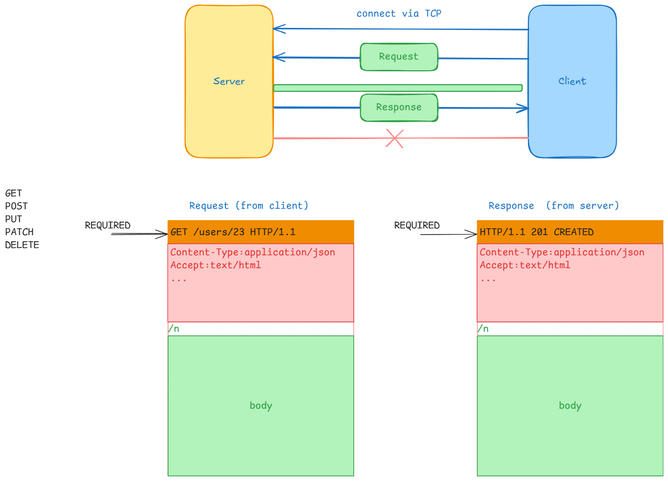
Above: img/4_http.excalidraw.png in silvercodes/p32_p34_np (Excalidraw), before the change. Source tidied: one line per element, renumbered; positions are measured from the earlier drawing's top-left corner, leaving out a move shared by most shapes. Its diagram source:
```json
{"id": 0, "type": "rectangle", "strokeColor": "#f08c00", "backgroundColor": "#ffec99", "fillStyle": "solid", "strokeWidth": 2, "roughness": 1, "round": true, "x": 348, "y": 0, "width": 170, "height": 295}
{"id": 1, "type": "text", "text": "Server", "strokeColor": "#1971c2", "backgroundColor": "#a5d8ff", "fillStyle": "solid", "strokeWidth": 2, "roughness": 1, "fontSize": 20, "fontFamily": 5, "textAlign": "center", "verticalAlign": "middle", "inside": 0, "x": 403, "y": 135, "width": 61, "height": 25}
{"id": 2, "type": "rectangle", "strokeColor": "#1971c2", "backgroundColor": "#a5d8ff", "fillStyle": "solid", "strokeWidth": 2, "roughness": 1, "round": true, "x": 1012, "y": 0, "width": 170, "height": 295}
{"id": 3, "type": "text", "text": "Client", "strokeColor": "#1971c2", "backgroundColor": "#a5d8ff", "fillStyle": "solid", "strokeWidth": 2, "roughness": 1, "fontSize": 20, "fontFamily": 5, "textAlign": "center", "verticalAlign": "middle", "inside": 2, "x": 1070, "y": 135, "width": 54, "height": 25}
{"id": 4, "type": "arrow", "strokeColor": "#1971c2", "backgroundColor": "#a5d8ff", "fillStyle": "solid", "strokeWidth": 2, "roughness": 1, "endArrowhead": "arrow", "round": true, "from": 2, "to": 0, "x": 1011, "y": 47, "width": 492, "height": 2, "points": [[0, 0], [-492, -2]]}
{"id": 5, "type": "text", "text": "connect via TCP", "strokeColor": "#1971c2", "backgroundColor": "#a5d8ff", "fillStyle": "solid", "strokeWidth": 2, "roughness": 1, "fontSize": 20, "fontFamily": 8, "x": 679, "y": 5, "width": 165, "height": 25}
{"id": 6, "type": "arrow", "strokeColor": "#1971c2", "backgroundColor": "#a5d8ff", "fillStyle": "solid", "strokeWidth": 2, "roughness": 1, "endArrowhead": "arrow", "round": true, "from": 2, "to": 0, "x": 1011, "y": 104, "width": 493, "height": 3, "points": [[0, 0], [-493, -3]]}
{"id": 7, "type": "rectangle", "strokeColor": "#2f9e44", "backgroundColor": "#b2f2bb", "fillStyle": "solid", "strokeWidth": 2, "roughness": 1, "round": true, "x": 687, "y": 74, "width": 150, "height": 53}
{"id": 8, "type": "text", "text": "Request", "strokeColor": "#2f9e44", "backgroundColor": "#b2f2bb", "fillStyle": "solid", "strokeWidth": 2, "roughness": 1, "fontSize": 20, "fontFamily": 8, "textAlign": "center", "verticalAlign": "middle", "inside": 7, "x": 723, "y": 88, "width": 77, "height": 25}
{"id": 9, "type": "arrow", "strokeColor": "#1971c2", "backgroundColor": "#b2f2bb", "fillStyle": "solid", "strokeWidth": 2, "roughness": 1, "endArrowhead": "arrow", "round": true, "from": 0, "to": 2, "x": 520, "y": 198, "width": 492, "height": 2, "points": [[0, 0], [492, 2]]}
{"id": 10, "type": "rectangle", "strokeColor": "#2f9e44", "backgroundColor": "#b2f2bb", "fillStyle": "solid", "strokeWidth": 2, "roughness": 1, "round": true, "x": 687, "y": 172, "width": 150, "height": 53}
{"id": 11, "type": "text", "text": "Response", "strokeColor": "#2f9e44", "backgroundColor": "#b2f2bb", "fillStyle": "solid", "strokeWidth": 2, "roughness": 1, "fontSize": 20, "fontFamily": 8, "textAlign": "center", "verticalAlign": "middle", "inside": 10, "x": 718, "y": 186, "width": 88, "height": 25}
{"id": 12, "type": "arrow", "strokeColor": "#ff8787", "backgroundColor": "#b2f2bb", "fillStyle": "solid", "strokeWidth": 2, "roughness": 1, "round": true, "from": 0, "to": 2, "x": 520, "y": 258, "width": 493, "height": 1, "points": [[0, 0], [493, -1]]}
{"id": 13, "type": "arrow", "strokeColor": "#ff8787", "backgroundColor": "#b2f2bb", "fillStyle": "solid", "strokeWidth": 2, "roughness": 1, "round": true, "from": 10, "x": 739, "y": 240, "width": 30, "height": 36, "points": [[0, 0], [30, 36]]}
{"id": 14, "type": "arrow", "strokeColor": "#ff8787", "backgroundColor": "#b2f2bb", "fillStyle": "solid", "strokeWidth": 2, "roughness": 1, "round": true, "x": 737, "y": 274, "width": 31, "height": 31, "points": [[0, 0], [31, -31]]}
{"id": 15, "type": "rectangle", "strokeColor": "#ff8787", "strokeWidth": 1, "roughness": 0, "x": 315, "y": 418, "width": 359, "height": 494}
{"id": 16, "type": "rectangle", "strokeColor": "#f08c00", "backgroundColor": "#f08c00", "fillStyle": "solid", "strokeWidth": 1, "roughness": 0, "x": 315, "y": 417, "width": 359, "height": 46}
{"id": 17, "type": "text", "text": "GET /users/23 HTTP/1.1", "strokeColor": "#1e1e1e", "backgroundColor": "#f08c00", "fillStyle": "solid", "strokeWidth": 1, "roughness": 0, "fontSize": 20, "fontFamily": 8, "verticalAlign": "middle", "inside": 16, "x": 320, "y": 427, "width": 242, "height": 25}
{"id": 18, "type": "text", "text": "Request (from client)", "strokeColor": "#1971c2", "backgroundColor": "#f08c00", "fillStyle": "solid", "strokeWidth": 1, "roughness": 0, "fontSize": 20, "fontFamily": 8, "x": 356, "y": 377, "width": 231, "height": 25}
{"id": 19, "type": "arrow", "strokeColor": "#1e1e1e", "backgroundColor": "#f08c00", "fillStyle": "solid", "strokeWidth": 1, "roughness": 0, "endArrowhead": "arrow", "round": true, "to": 16, "x": 205, "y": 444, "width": 109, "height": 1, "points": [[0, 0], [109, -1]]}
{"id": 20, "type": "text", "text": "REQUIRED", "strokeColor": "#1e1e1e", "backgroundColor": "#f08c00", "fillStyle": "solid", "strokeWidth": 1, "roughness": 0, "fontSize": 20, "fontFamily": 8, "x": 154, "y": 415, "width": 88, "height": 25}
{"id": 21, "type": "text", "text": "GET\nPOST\nPUT\nPATCH\nDELETE", "strokeColor": "#1e1e1e", "backgroundColor": "#f08c00", "fillStyle": "solid", "strokeWidth": 1, "roughness": 0, "fontSize": 20, "fontFamily": 8, "x": 0, "y": 352, "width": 66, "height": 125}
{"id": 22, "type": "rectangle", "strokeColor": "#e03131", "backgroundColor": "#ffc9c9", "fillStyle": "solid", "strokeWidth": 1, "roughness": 0, "x": 314, "y": 462, "width": 360, "height": 151}
{"id": 23, "type": "text", "text": "Content-Type:application/json\nAccept:text/html\n...", "strokeColor": "#e03131", "backgroundColor": "#ffc9c9", "fillStyle": "solid", "strokeWidth": 1, "roughness": 0, "fontSize": 20, "fontFamily": 8, "inside": 22, "x": 319, "y": 467, "width": 319, "height": 75}
{"id": 24, "type": "rectangle", "strokeColor": "#2f9e44", "backgroundColor": "#b2f2bb", "fillStyle": "solid", "strokeWidth": 1, "roughness": 0, "x": 315, "y": 640, "width": 359, "height": 271}
{"id": 25, "type": "text", "text": "body", "strokeColor": "#2f9e44", "backgroundColor": "#b2f2bb", "fillStyle": "solid", "strokeWidth": 1, "roughness": 0, "fontSize": 20, "fontFamily": 8, "textAlign": "center", "verticalAlign": "middle", "inside": 24, "x": 473, "y": 763, "width": 44, "height": 25}
{"id": 26, "type": "text", "text": "/n", "strokeColor": "#2f9e44", "backgroundColor": "#b2f2bb", "fillStyle": "solid", "strokeWidth": 1, "roughness": 0, "fontSize": 20, "fontFamily": 8, "x": 315, "y": 615, "width": 22, "height": 25}
{"id": 27, "type": "rectangle", "strokeColor": "#ff8787", "strokeWidth": 1, "roughness": 0, "x": 913, "y": 418, "width": 359, "height": 494}
{"id": 28, "type": "rectangle", "strokeColor": "#f08c00", "backgroundColor": "#f08c00", "fillStyle": "solid", "strokeWidth": 1, "roughness": 0, "x": 913, "y": 417, "width": 359, "height": 46}
{"id": 29, "type": "text", "text": "HTTP/1.1 201 CREATED", "strokeColor": "#1e1e1e", "backgroundColor": "#f08c00", "fillStyle": "solid", "strokeWidth": 1, "roughness": 0, "fontSize": 20, "fontFamily": 8, "verticalAlign": "middle", "inside": 28, "x": 918, "y": 427, "width": 220, "height": 25}
{"id": 30, "type": "text", "text": "Response  (from server)", "strokeColor": "#1971c2", "backgroundColor": "#f08c00", "fillStyle": "solid", "strokeWidth": 1, "roughness": 0, "fontSize": 20, "fontFamily": 8, "x": 935, "y": 377, "width": 261, "height": 25}
{"id": 31, "type": "arrow", "strokeColor": "#1e1e1e", "backgroundColor": "#f08c00", "fillStyle": "solid", "strokeWidth": 1, "roughness": 0, "endArrowhead": "arrow", "round": true, "to": 33, "x": 803, "y": 444, "width": 109, "height": 1, "points": [[0, 0], [109, -1]]}
{"id": 32, "type": "text", "text": "REQUIRED", "strokeColor": "#1e1e1e", "backgroundColor": "#f08c00", "fillStyle": "solid", "strokeWidth": 1, "roughness": 0, "fontSize": 20, "fontFamily": 8, "x": 753, "y": 415, "width": 88, "height": 25}
{"id": 33, "type": "rectangle", "strokeColor": "#e03131", "backgroundColor": "#ffc9c9", "fillStyle": "solid", "strokeWidth": 1, "roughness": 0, "x": 913, "y": 462, "width": 360, "height": 151}
{"id": 34, "type": "text", "text": "Content-Type:application/json\nAccept:text/html\n...", "strokeColor": "#e03131", "backgroundColor": "#ffc9c9", "fillStyle": "solid", "strokeWidth": 1, "roughness": 0, "fontSize": 20, "fontFamily": 8, "inside": 33, "x": 918, "y": 467, "width": 319, "height": 75}
{"id": 35, "type": "rectangle", "strokeColor": "#2f9e44", "backgroundColor": "#b2f2bb", "fillStyle": "solid", "strokeWidth": 1, "roughness": 0, "x": 913, "y": 640, "width": 359, "height": 271}
{"id": 36, "type": "text", "text": "body", "strokeColor": "#2f9e44", "backgroundColor": "#b2f2bb", "fillStyle": "solid", "strokeWidth": 1, "roughness": 0, "fontSize": 20, "fontFamily": 8, "textAlign": "center", "verticalAlign": "middle", "inside": 35, "x": 1071, "y": 763, "width": 44, "height": 25}
{"id": 37, "type": "text", "text": "/n", "strokeColor": "#2f9e44", "backgroundColor": "#b2f2bb", "fillStyle": "solid", "strokeWidth": 1, "roughness": 0, "fontSize": 20, "fontFamily": 8, "x": 913, "y": 615, "width": 22, "height": 25}
```
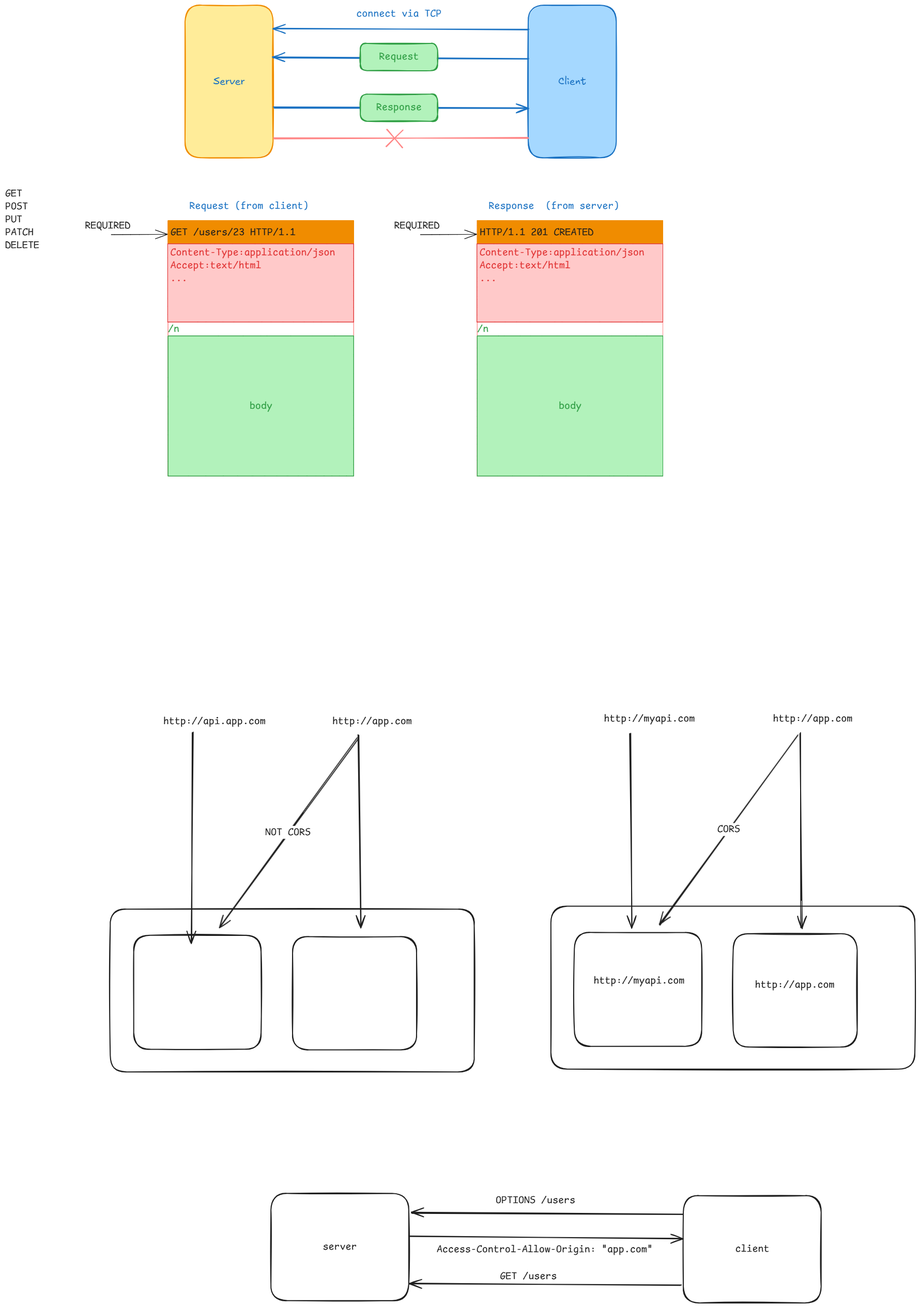
The same file after the commit.

Diff of the diagram source:
```diff
@@ -36,3 +36,33 @@
 {"id": 35, "type": "rectangle", "strokeColor": "#2f9e44", "backgroundColor": "#b2f2bb", "fillStyle": "solid", "strokeWidth": 1, "roughness": 0, "x": 913, "y": 640, "width": 359, "height": 271}
 {"id": 36, "type": "text", "text": "body", "strokeColor": "#2f9e44", "backgroundColor": "#b2f2bb", "fillStyle": "solid", "strokeWidth": 1, "roughness": 0, "fontSize": 20, "fontFamily": 8, "textAlign": "center", "verticalAlign": "middle", "inside": 35, "x": 1071, "y": 763, "width": 44, "height": 25}
 {"id": 37, "type": "text", "text": "/n", "strokeColor": "#2f9e44", "backgroundColor": "#b2f2bb", "fillStyle": "solid", "strokeWidth": 1, "roughness": 0, "fontSize": 20, "fontFamily": 8, "x": 913, "y": 615, "width": 22, "height": 25}
+{"id": 38, "type": "rectangle", "strokeColor": "#1e1e1e", "strokeWidth": 2, "roughness": 1, "round": true, "x": 203, "y": 1749, "width": 704, "height": 315}
+{"id": 39, "type": "rectangle", "strokeColor": "#1e1e1e", "strokeWidth": 2, "roughness": 1, "round": true, "x": 249, "y": 1800, "width": 246, "height": 220}
+{"id": 40, "type": "rectangle", "strokeColor": "#1e1e1e", "strokeWidth": 2, "roughness": 1, "round": true, "x": 556, "y": 1802, "width": 240, "height": 219}
+{"id": 41, "type": "text", "text": "http://app.com", "strokeColor": "#1e1e1e", "strokeWidth": 2, "roughness": 1, "fontSize": 20, "fontFamily": 8, "x": 633, "y": 1374, "width": 154, "height": 25}
+{"id": 42, "type": "arrow", "strokeColor": "#1e1e1e", "strokeWidth": 2, "roughness": 1, "endArrowhead": "arrow", "round": true, "from": 41, "to": 40, "x": 684, "y": 1413, "width": 4, "height": 372, "points": [[0, 0], [4, 372]]}
+{"id": 43, "type": "text", "text": "http://api.app.com", "strokeColor": "#1e1e1e", "strokeWidth": 2, "roughness": 1, "fontSize": 20, "fontFamily": 8, "x": 306, "y": 1374, "width": 198, "height": 25}
+{"id": 44, "type": "arrow", "strokeColor": "#1e1e1e", "strokeWidth": 2, "roughness": 1, "endArrowhead": "arrow", "round": true, "from": 43, "to": 39, "x": 362, "y": 1408, "width": 1, "height": 407, "points": [[0, 0], [-1, 407]]}
+{"id": 45, "type": "arrow", "strokeColor": "#1e1e1e", "strokeWidth": 2, "roughness": 1, "endArrowhead": "arrow", "round": true, "to": 39, "x": 680, "y": 1418, "width": 267, "height": 366, "points": [[0, 0], [-267, 366]]}
+{"id": 46, "type": "text", "text": "NOT CORS", "strokeColor": "#1e1e1e", "strokeWidth": 2, "roughness": 1, "fontSize": 20, "fontFamily": 8, "textAlign": "center", "verticalAlign": "middle", "inside": 45, "x": 503, "y": 1588, "width": 88, "height": 25}
+{"id": 47, "type": "rectangle", "strokeColor": "#1e1e1e", "strokeWidth": 2, "roughness": 1, "round": true, "x": 1056, "y": 1744, "width": 704, "height": 315}
+{"id": 48, "type": "rectangle", "strokeColor": "#1e1e1e", "strokeWidth": 2, "roughness": 1, "round": true, "x": 1101, "y": 1794, "width": 246, "height": 220}
+{"id": 49, "type": "rectangle", "strokeColor": "#1e1e1e", "strokeWidth": 2, "roughness": 1, "round": true, "x": 1409, "y": 1797, "width": 240, "height": 219}
+{"id": 50, "type": "text", "text": "http://app.com", "strokeColor": "#1e1e1e", "strokeWidth": 2, "roughness": 1, "fontSize": 20, "fontFamily": 8, "x": 1485, "y": 1368, "width": 154, "height": 25}
+{"id": 51, "type": "arrow", "strokeColor": "#1e1e1e", "strokeWidth": 2, "roughness": 1, "endArrowhead": "arrow", "round": true, "from": 50, "to": 49, "x": 1538, "y": 1409, "width": 3, "height": 377, "points": [[0, 0], [3, 377]]}
+{"id": 52, "type": "text", "text": "http://myapi.com", "strokeColor": "#1e1e1e", "strokeWidth": 2, "roughness": 1, "fontSize": 20, "fontFamily": 8, "x": 1158, "y": 1368, "width": 176, "height": 25}
+{"id": 53, "type": "arrow", "strokeColor": "#1e1e1e", "strokeWidth": 2, "roughness": 1, "endArrowhead": "arrow", "round": true, "from": 52, "to": 48, "x": 1209, "y": 1409, "width": 4, "height": 375, "points": [[0, 0], [4, 375]]}
+{"id": 54, "type": "arrow", "strokeColor": "#1e1e1e", "strokeWidth": 2, "roughness": 1, "endArrowhead": "arrow", "round": true, "to": 48, "x": 1533, "y": 1412, "width": 267, "height": 366, "points": [[0, 0], [-267, 366]]}
+{"id": 55, "type": "text", "text": "CORS", "strokeColor": "#1e1e1e", "strokeWidth": 2, "roughness": 1, "fontSize": 20, "fontFamily": 8, "textAlign": "center", "verticalAlign": "middle", "inside": 54, "x": 1378, "y": 1583, "width": 44, "height": 25}
+{"id": 56, "type": "text", "text": "http://myapi.com", "strokeColor": "#1e1e1e", "strokeWidth": 2, "roughness": 1, "fontSize": 20, "fontFamily": 8, "x": 1138, "y": 1876, "width": 176, "height": 25}
+{"id": 57, "type": "text", "text": "http://app.com", "strokeColor": "#1e1e1e", "strokeWidth": 2, "roughness": 1, "fontSize": 20, "fontFamily": 8, "x": 1451, "y": 1884, "width": 154, "height": 25}
+{"id": 58, "type": "rectangle", "strokeColor": "#1e1e1e", "strokeWidth": 2, "roughness": 1, "round": true, "x": 514, "y": 2299, "width": 267, "height": 208}
+{"id": 59, "type": "text", "text": "server", "strokeColor": "#1e1e1e", "strokeWidth": 2, "roughness": 1, "fontSize": 20, "fontFamily": 8, "textAlign": "center", "verticalAlign": "middle", "inside": 58, "x": 615, "y": 2391, "width": 66, "height": 25}
+{"id": 60, "type": "rectangle", "strokeColor": "#1e1e1e", "strokeWidth": 2, "roughness": 1, "round": true, "x": 1312, "y": 2304, "width": 267, "height": 208}
+{"id": 61, "type": "text", "text": "client", "strokeColor": "#1e1e1e", "strokeWidth": 2, "roughness": 1, "fontSize": 20, "fontFamily": 8, "textAlign": "center", "verticalAlign": "middle", "inside": 60, "x": 1412, "y": 2395, "width": 66, "height": 25}
+{"id": 62, "type": "arrow", "strokeColor": "#1e1e1e", "strokeWidth": 2, "roughness": 1, "endArrowhead": "arrow", "round": true, "from": 60, "to": 58, "x": 1311, "y": 2339, "width": 524, "height": 2, "points": [[0, 0], [-524, -2]]}
+{"id": 63, "type": "text", "text": "OPTIONS /users", "strokeColor": "#1e1e1e", "strokeWidth": 2, "roughness": 1, "fontSize": 20, "fontFamily": 8, "x": 949, "y": 2301, "width": 154, "height": 25}
+{"id": 64, "type": "arrow", "strokeColor": "#1e1e1e", "strokeWidth": 2, "roughness": 1, "endArrowhead": "arrow", "round": true, "from": 58, "to": 60, "x": 782, "y": 2382, "width": 528, "height": 6, "points": [[0, 0], [528, 6]]}
+{"id": 65, "type": "text", "text": "Access-Control-Allow-Origin: \"app.com\"", "strokeColor": "#1e1e1e", "strokeWidth": 2, "roughness": 1, "fontSize": 20, "fontFamily": 8, "x": 835, "y": 2395, "width": 418, "height": 25}
+{"id": 66, "type": "arrow", "strokeColor": "#1e1e1e", "strokeWidth": 2, "roughness": 1, "endArrowhead": "arrow", "round": true, "from": 60, "to": 58, "x": 1308, "y": 2477, "width": 524, "height": 3, "points": [[0, 0], [-524, -3]]}
+{"id": 67, "type": "text", "text": "GET /users", "strokeColor": "#1e1e1e", "strokeWidth": 2, "roughness": 1, "fontSize": 20, "fontFamily": 8, "x": 957, "y": 2447, "width": 110, "height": 25}
```
